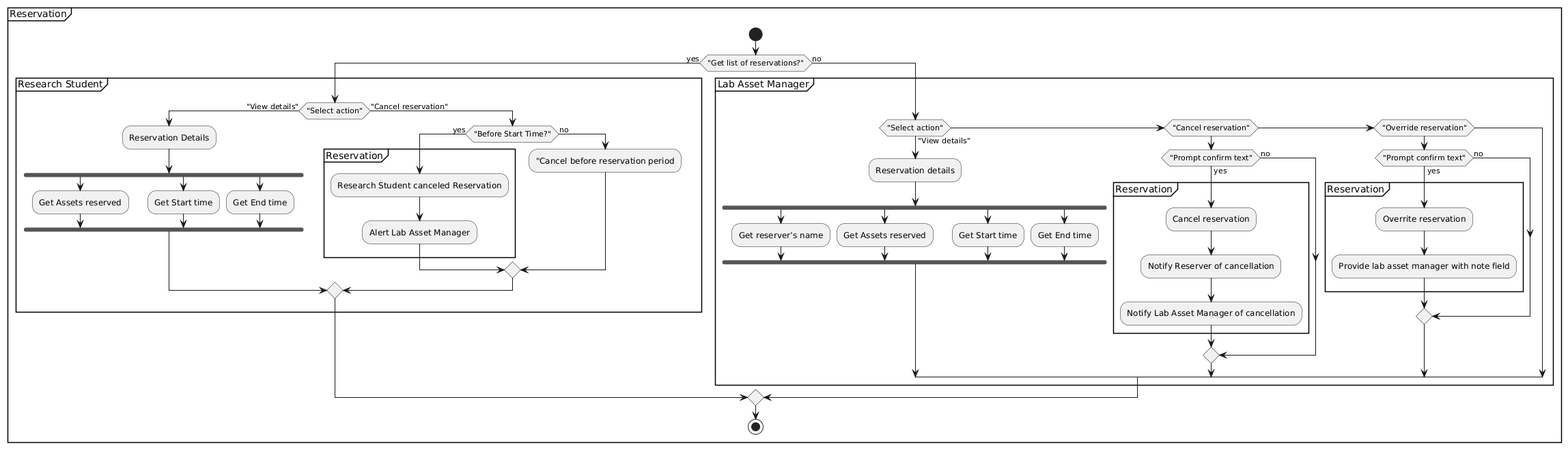
Farzaanw/Lab-Asset-Management-System keeps this PlantUML diagram as design/activity_diagrams/AD-06 Reservation Management.png. Above is the earlier version.
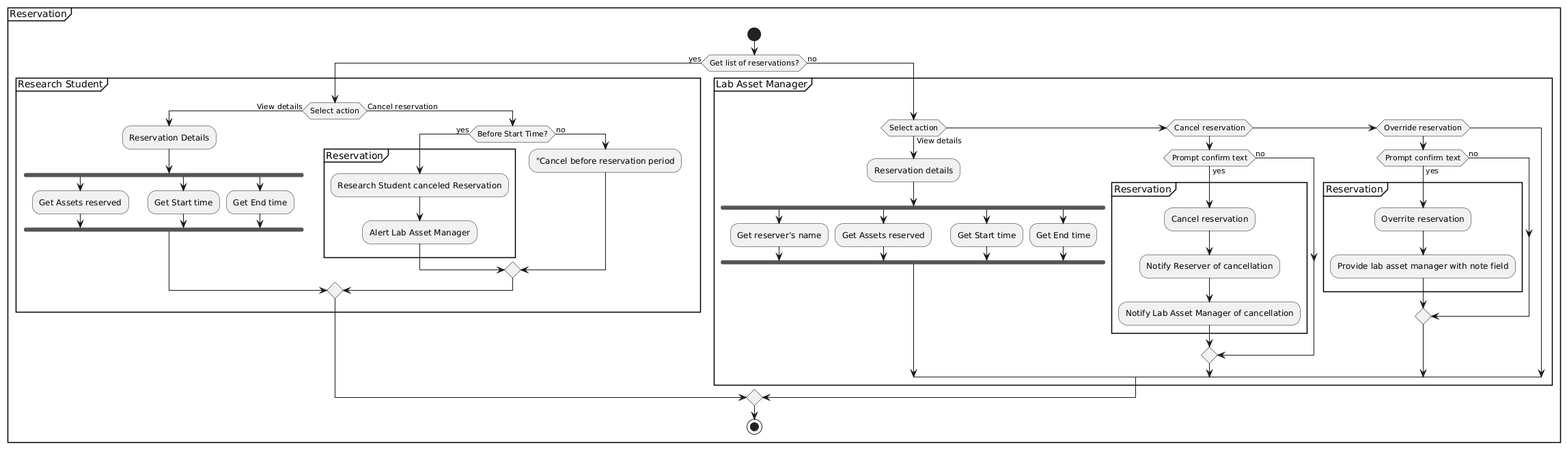
The same diagram one commit later.

Diff of the diagram source:
```diff
@@ -2,9 +2,9 @@
 partition Reservation {
     start
 
-    if ("Get list of reservations?") then (yes)
+    if (Get list of reservations?) then (yes)
         partition "Research Student" {
-            if ("Select action") then ("View details")
+            if (Select action) then (View details)
                 :Reservation Details;
 
                 fork
@@ -15,8 +15,8 @@
                     :Get End time;
                 end fork
 
-            else ("Cancel reservation")
-                if ("Before Start Time?") then (yes)
+            else (Cancel reservation)
+                if (Before Start Time?) then (yes)
                     partition Reservation {
                         :Research Student canceled Reservation;
                         :Alert Lab Asset Manager;
@@ -28,7 +28,7 @@
         }
     else (no)
         partition "Lab Asset Manager" {
-            if ("Select action") then ("View details")
+            if (Select action) then (View details)
                 :Reservation details;
 
                 fork
@@ -41,8 +41,8 @@
                     :Get End time;
                 end fork
 
-            elseif ("Cancel reservation")
-                if ("Prompt confirm text") then (yes)
+            elseif (Cancel reservation)
+                if (Prompt confirm text) then (yes)
                     partition Reservation {
                         :Cancel reservation;
                         :Notify Reserver of cancellation;
@@ -51,8 +51,8 @@
                 else (no)
                 endif
 
-            elseif ("Override reservation")
-                if ("Prompt confirm text") then (yes)
+            elseif (Override reservation)
+                if (Prompt confirm text) then (yes)
                     partition Reservation {
                         :Overrite reservation;
                         :Provide lab asset manager with note field;
```
